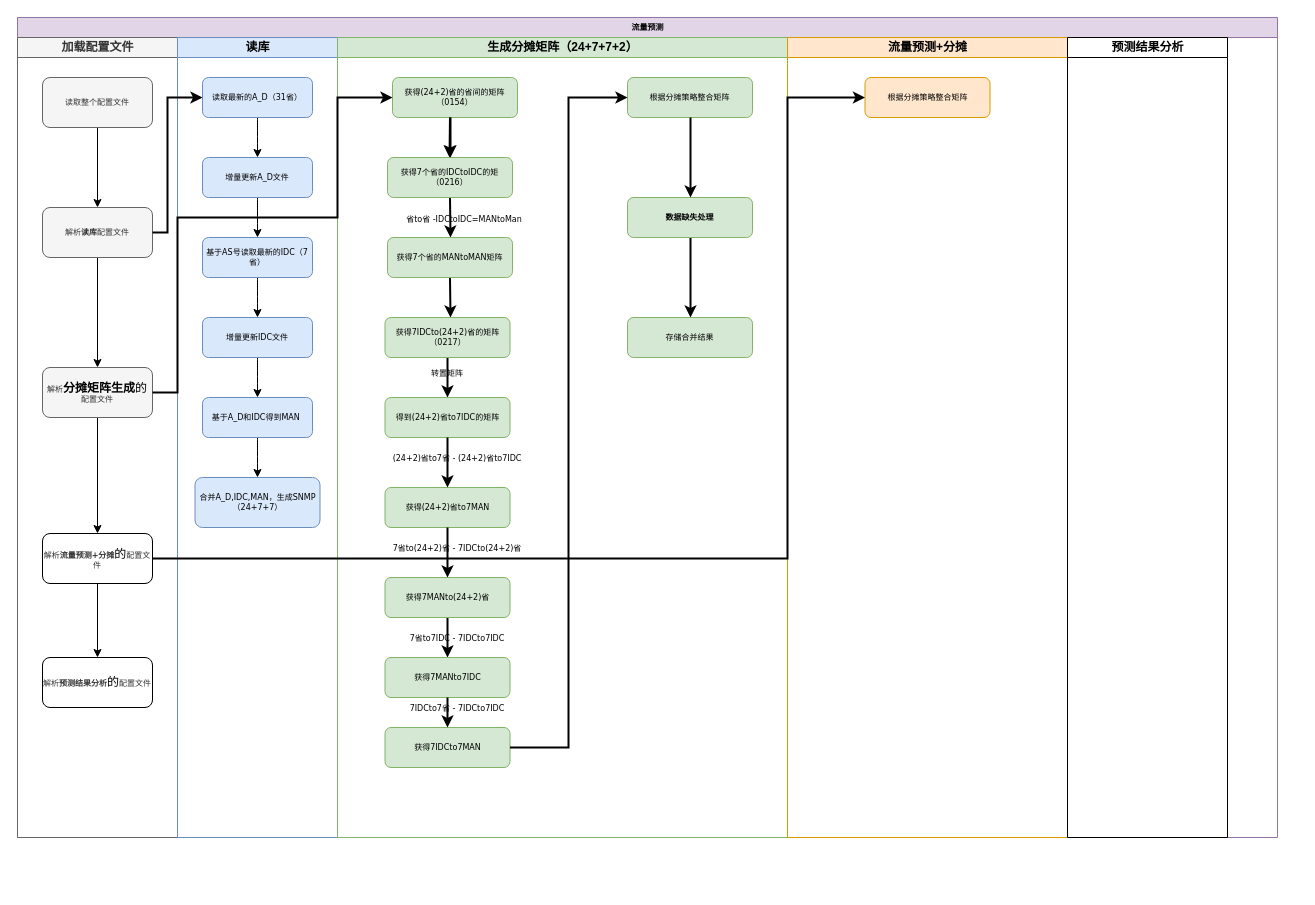
mhp8338/diagram keeps this draw.io diagram as Untitled Diagram.drawio. Above is the earlier version. Source tidied: cells renumbered, new cells numbered last; positions are measured from the earlier drawing's top-left corner, leaving out a move shared by most shapes. Both pictures are drawn from the tidied source at 100%, with x=0, y=0 at pixel (17, 17).
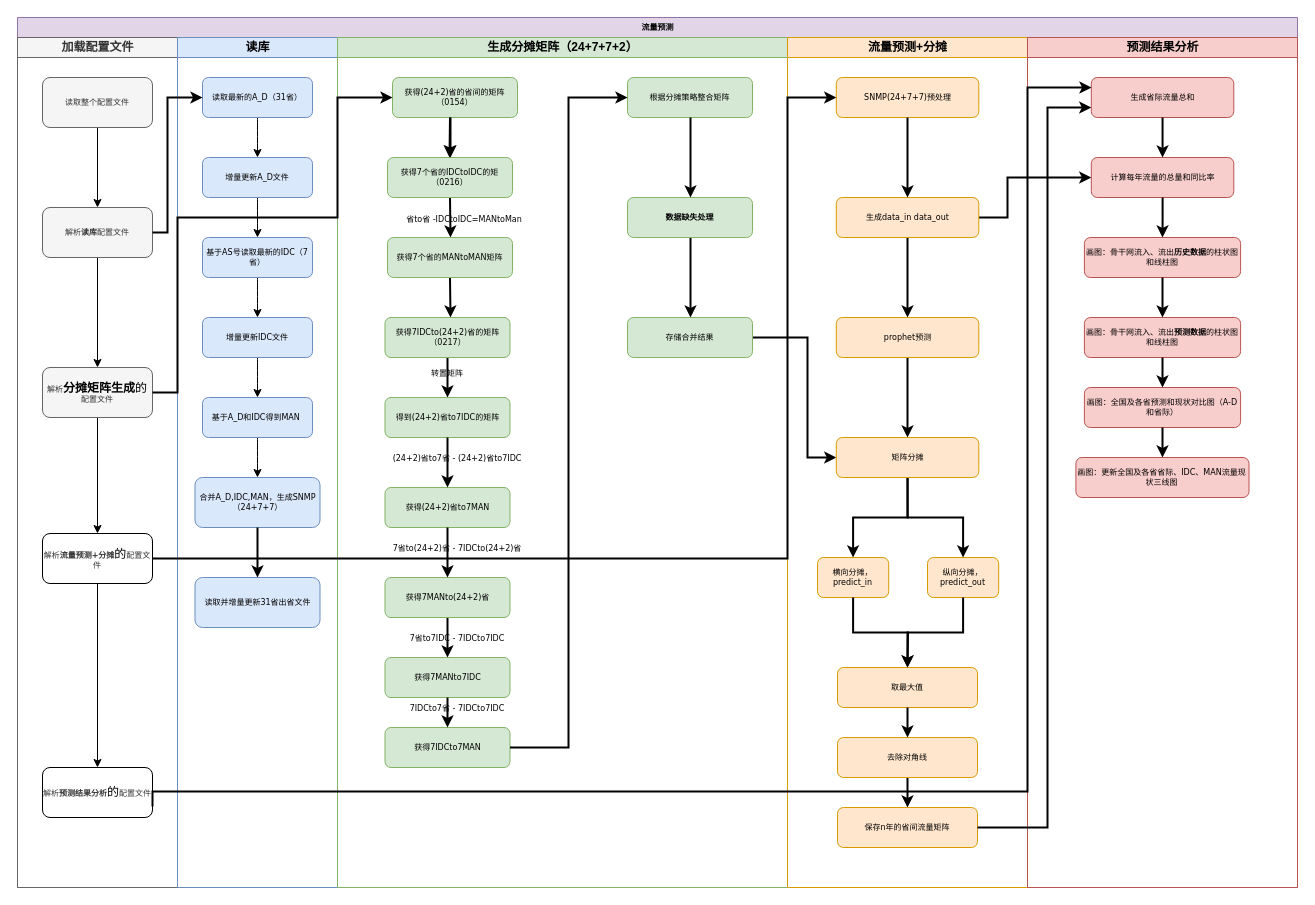
The same diagram, later.

Unchanged cells that the change refers to:
```xml
<mxCell id="24" value="合并A_D,IDC,MAN，生成SNMP（24+7+7）" style="rounded=1;whiteSpace=wrap;html=1;shadow=0;labelBackgroundColor=none;strokeWidth=1;fontFamily=Verdana;fontSize=8;align=center;fillColor=#dae8fc;strokeColor=#6c8ebf;" parent="13" vertex="1">
  <mxGeometry x="17.5" y="440" width="125" height="50" as="geometry" />
</mxCell>
<mxCell id="63" value="&lt;span&gt;存储合并结果&lt;/span&gt;" style="rounded=1;whiteSpace=wrap;html=1;shadow=0;labelBackgroundColor=none;strokeWidth=1;fontFamily=Verdana;fontSize=8;align=center;fillColor=#d5e8d4;strokeColor=#82b366;fontStyle=0;" parent="1" vertex="1">
  <mxGeometry x="610" y="300" width="125" height="40" as="geometry" />
</mxCell>
```

Diff of the diagram source:
```diff
@@
     <mxCell id="2" value="流量预测" style="swimlane;html=1;startSize=20;rounded=0;shadow=0;labelBackgroundColor=none;strokeWidth=1;fontFamily=Verdana;fontSize=8;align=center;fillColor=#e1d5e7;strokeColor=#9673a6;" parent="1" vertex="1">
-      <mxGeometry width="1260" height="820" as="geometry" />
+      <mxGeometry width="1280" height="870" as="geometry" />
     </mxCell>
     <mxCell id="3" value="加载配置文件" style="swimlane;html=1;startSize=20;fillColor=#f5f5f5;strokeColor=#666666;fontColor=#333333;" parent="2" vertex="1">
-      <mxGeometry y="20" width="160" height="800" as="geometry" />
+      <mxGeometry y="20" width="160" height="850" as="geometry" />
     </mxCell>
@@
     <mxCell id="10" value="&lt;span style=&quot;color: rgb(51 , 51 , 51)&quot;&gt;解析&lt;b&gt;预测结果分析&lt;/b&gt;&lt;/span&gt;&lt;span style=&quot;font-size: 12px ; font-family: &amp;#34;helvetica&amp;#34;&quot;&gt;的&lt;/span&gt;&lt;span style=&quot;color: rgb(51 , 51 , 51)&quot;&gt;配置文件&lt;/span&gt;" style="rounded=1;whiteSpace=wrap;html=1;shadow=0;labelBackgroundColor=none;strokeWidth=1;fontFamily=Verdana;fontSize=8;align=center;" parent="3" vertex="1">
-      <mxGeometry x="25" y="620" width="110" height="50" as="geometry" />
+      <mxGeometry x="25" y="730" width="110" height="50" as="geometry" />
     </mxCell>
@@
     <mxCell id="13" value="读库" style="swimlane;html=1;startSize=20;fillColor=#dae8fc;strokeColor=#6c8ebf;" parent="2" vertex="1">
-      <mxGeometry x="160" y="20" width="160" height="800" as="geometry" />
+      <mxGeometry x="160" y="20" width="160" height="850" as="geometry" />
     </mxCell>
@@
+    <mxCell id="64" value="读取并增量更新31省出省文件" style="rounded=1;whiteSpace=wrap;html=1;shadow=0;labelBackgroundColor=none;strokeWidth=1;fontFamily=Verdana;fontSize=8;align=center;fillColor=#dae8fc;strokeColor=#6c8ebf;" parent="13" vertex="1">
+      <mxGeometry x="17.5" y="540" width="125" height="50" as="geometry" />
+    </mxCell>
+    <mxCell id="65" style="edgeStyle=orthogonalEdgeStyle;rounded=0;jettySize=auto;html=1;strokeWidth=2;" parent="13" edge="1" source="24" target="64">
+      <mxGeometry relative="1" as="geometry" />
+    </mxCell>
     <mxCell id="25" value="生成分摊矩阵（24+7+7+2）" style="swimlane;html=1;startSize=20;fillColor=#d5e8d4;strokeColor=#82b366;" parent="2" vertex="1">
-      <mxGeometry x="320" y="20" width="450" height="800" as="geometry" />
+      <mxGeometry x="320" y="20" width="450" height="850" as="geometry" />
     </mxCell>
@@
     <mxCell id="51" value="流量预测+分摊" style="swimlane;html=1;startSize=20;fillColor=#ffe6cc;strokeColor=#d79b00;" parent="2" vertex="1">
-      <mxGeometry x="770" y="20" width="280" height="800" as="geometry" />
+      <mxGeometry x="770" y="20" width="240" height="850" as="geometry" />
     </mxCell>
-    <mxCell id="52" value="根据分摊策略整合矩阵" style="rounded=1;whiteSpace=wrap;html=1;shadow=0;labelBackgroundColor=none;strokeWidth=1;fontFamily=Verdana;fontSize=8;align=center;fillColor=#ffe6cc;strokeColor=#d79b00;" parent="51" vertex="1">
-      <mxGeometry x="77.5" y="40" width="125" height="40" as="geometry" />
+    <mxCell id="52" value="SNMP(24+7+7)预处理" style="rounded=1;whiteSpace=wrap;html=1;shadow=0;labelBackgroundColor=none;strokeWidth=1;fontFamily=Verdana;fontSize=8;align=center;fillColor=#ffe6cc;strokeColor=#d79b00;" parent="51" vertex="1">
+      <mxGeometry x="48.8" y="40" width="142.5" height="40" as="geometry" />
     </mxCell>
+    <mxCell id="66" value="纵向分摊，predict_out" style="rounded=1;whiteSpace=wrap;html=1;shadow=0;labelBackgroundColor=none;strokeWidth=1;fontFamily=Verdana;fontSize=8;align=center;fillColor=#ffe6cc;strokeColor=#d79b00;" parent="51" vertex="1">
+      <mxGeometry x="140" y="520" width="71.2" height="40" as="geometry" />
+    </mxCell>
+    <mxCell id="67" value="横向分摊，predict_in" style="rounded=1;whiteSpace=wrap;html=1;shadow=0;labelBackgroundColor=none;strokeWidth=1;fontFamily=Verdana;fontSize=8;align=center;fillColor=#ffe6cc;strokeColor=#d79b00;" parent="51" vertex="1">
+      <mxGeometry x="30" y="520" width="71.2" height="40" as="geometry" />
+    </mxCell>
+    <mxCell id="68" value="取最大值" style="rounded=1;whiteSpace=wrap;html=1;shadow=0;labelBackgroundColor=none;strokeWidth=1;fontFamily=Verdana;fontSize=8;align=center;fillColor=#ffe6cc;strokeColor=#d79b00;" parent="51" vertex="1">
+      <mxGeometry x="50" y="630" width="140" height="40" as="geometry" />
+    </mxCell>
+    <mxCell id="69" style="edgeStyle=orthogonalEdgeStyle;rounded=0;jettySize=auto;html=1;strokeWidth=2;" parent="51" edge="1" source="66" target="68">
+      <mxGeometry relative="1" as="geometry" />
+    </mxCell>
+    <mxCell id="70" style="edgeStyle=orthogonalEdgeStyle;rounded=0;jettySize=auto;html=1;strokeWidth=2;" parent="51" edge="1" source="71">
+      <mxGeometry relative="1" as="geometry">
+        <mxPoint x="120" y="770" as="targetPoint" />
+      </mxGeometry>
+    </mxCell>
+    <mxCell id="71" value="去除对角线" style="rounded=1;whiteSpace=wrap;html=1;shadow=0;labelBackgroundColor=none;strokeWidth=1;fontFamily=Verdana;fontSize=8;align=center;fillColor=#ffe6cc;strokeColor=#d79b00;" parent="51" vertex="1">
+      <mxGeometry x="50" y="700" width="140" height="40" as="geometry" />
+    </mxCell>
+    <mxCell id="72" style="edgeStyle=orthogonalEdgeStyle;rounded=0;jettySize=auto;html=1;strokeWidth=2;" parent="51" edge="1" source="68" target="71">
+      <mxGeometry relative="1" as="geometry" />
+    </mxCell>
+    <mxCell id="73" value="保存n年的省间流量矩阵" style="rounded=1;whiteSpace=wrap;html=1;shadow=0;labelBackgroundColor=none;strokeWidth=1;fontFamily=Verdana;fontSize=8;align=center;fillColor=#ffe6cc;strokeColor=#d79b00;" parent="51" vertex="1">
+      <mxGeometry x="50" y="770" width="140" height="40" as="geometry" />
+    </mxCell>
-    <mxCell id="53" value="预测结果分析" style="swimlane;html=1;startSize=20;" parent="2" vertex="1">
-      <mxGeometry x="1050" y="20" width="160" height="800" as="geometry" />
+    <mxCell id="53" value="预测结果分析" style="swimlane;html=1;startSize=20;fillColor=#f8cecc;strokeColor=#b85450;" parent="2" vertex="1">
+      <mxGeometry x="1010" y="20" width="270" height="850" as="geometry" />
     </mxCell>
@@
+    <mxCell id="74" value="生成省际流量总和" style="rounded=1;whiteSpace=wrap;html=1;shadow=0;labelBackgroundColor=none;strokeWidth=1;fontFamily=Verdana;fontSize=8;align=center;fillColor=#f8cecc;strokeColor=#b85450;" parent="53" vertex="1">
+      <mxGeometry x="63.8" y="40" width="142.5" height="40" as="geometry" />
+    </mxCell>
+    <mxCell id="75" value="计算每年流量的总量和同比率" style="rounded=1;whiteSpace=wrap;html=1;shadow=0;labelBackgroundColor=none;strokeWidth=1;fontFamily=Verdana;fontSize=8;align=center;fillColor=#f8cecc;strokeColor=#b85450;" parent="53" vertex="1">
+      <mxGeometry x="63.8" y="120" width="142.5" height="40" as="geometry" />
+    </mxCell>
+    <mxCell id="76" style="edgeStyle=orthogonalEdgeStyle;rounded=0;jettySize=auto;html=1;strokeWidth=2;" parent="53" edge="1" source="74" target="75">
+      <mxGeometry relative="1" as="geometry" />
+    </mxCell>
+    <mxCell id="77" style="edgeStyle=orthogonalEdgeStyle;rounded=0;jettySize=auto;html=1;strokeWidth=2;" parent="53" edge="1" source="75">
+      <mxGeometry relative="1" as="geometry">
+        <mxPoint x="135" y="200" as="targetPoint" />
+      </mxGeometry>
+    </mxCell>
+    <mxCell id="78" value="画图：骨干网流入、流出&lt;b&gt;历史数据&lt;/b&gt;的柱状图和线柱图" style="rounded=1;whiteSpace=wrap;html=1;shadow=0;labelBackgroundColor=none;strokeWidth=1;fontFamily=Verdana;fontSize=8;align=center;fillColor=#f8cecc;strokeColor=#b85450;" parent="53" vertex="1">
+      <mxGeometry x="56.9" y="200" width="156.2" height="40" as="geometry" />
+    </mxCell>
+    <mxCell id="79" value="画图：骨干网流入、流出&lt;b&gt;预测数据&lt;/b&gt;的柱状图和线柱图" style="rounded=1;whiteSpace=wrap;html=1;shadow=0;labelBackgroundColor=none;strokeWidth=1;fontFamily=Verdana;fontSize=8;align=center;fillColor=#f8cecc;strokeColor=#b85450;" parent="53" vertex="1">
+      <mxGeometry x="56.9" y="280" width="156.2" height="40" as="geometry" />
+    </mxCell>
+    <mxCell id="80" style="edgeStyle=orthogonalEdgeStyle;rounded=0;jettySize=auto;html=1;strokeWidth=2;" parent="53" edge="1" source="78" target="79">
+      <mxGeometry relative="1" as="geometry" />
+    </mxCell>
+    <mxCell id="81" value="画图：全国及各省预测和现状对比图（A-D和省际）" style="rounded=1;whiteSpace=wrap;html=1;shadow=0;labelBackgroundColor=none;strokeWidth=1;fontFamily=Verdana;fontSize=8;align=center;fillColor=#f8cecc;strokeColor=#b85450;" parent="53" vertex="1">
+      <mxGeometry x="56.9" y="350" width="156.2" height="40" as="geometry" />
+    </mxCell>
+    <mxCell id="82" style="edgeStyle=orthogonalEdgeStyle;rounded=0;jettySize=auto;html=1;strokeWidth=2;" parent="53" edge="1" source="79" target="81">
+      <mxGeometry relative="1" as="geometry" />
+    </mxCell>
+    <mxCell id="83" value="画图：更新全国及各省省际、IDC、MAN流量现状三线图" style="rounded=1;whiteSpace=wrap;html=1;shadow=0;labelBackgroundColor=none;strokeWidth=1;fontFamily=Verdana;fontSize=8;align=center;fillColor=#f8cecc;strokeColor=#b85450;" parent="53" vertex="1">
+      <mxGeometry x="48.4" y="420" width="173.1" height="40" as="geometry" />
+    </mxCell>
+    <mxCell id="84" style="edgeStyle=orthogonalEdgeStyle;rounded=0;jettySize=auto;html=1;strokeWidth=2;" parent="53" edge="1" source="81" target="83">
+      <mxGeometry relative="1" as="geometry" />
+    </mxCell>
@@
+    <mxCell id="85" style="edgeStyle=orthogonalEdgeStyle;rounded=0;orthogonalLoop=1;jettySize=auto;html=1;exitX=1;exitY=0.5;exitDx=0;exitDy=0;strokeWidth=2;" parent="2" edge="1">
+      <mxGeometry relative="1" as="geometry">
+        <mxPoint x="135" y="789" as="sourcePoint" />
+        <mxPoint x="1074" y="70" as="targetPoint" />
+        <Array as="points">
+          <mxPoint x="135" y="774" />
+          <mxPoint x="1010" y="774" />
+          <mxPoint x="1010" y="70" />
+          <mxPoint x="1074" y="70" />
+        </Array>
+      </mxGeometry>
+    </mxCell>
+    <mxCell id="86" style="edgeStyle=orthogonalEdgeStyle;rounded=0;jettySize=auto;html=1;exitX=1;exitY=0.5;exitDx=0;exitDy=0;entryX=0;entryY=0.75;entryDx=0;entryDy=0;strokeWidth=2;" parent="2" edge="1" source="73" target="74">
+      <mxGeometry relative="1" as="geometry">
+        <Array as="points">
+          <mxPoint x="1030" y="810" />
+          <mxPoint x="1030" y="90" />
+        </Array>
+      </mxGeometry>
+    </mxCell>
@@
+    <mxCell id="87" style="edgeStyle=elbowEdgeStyle;rounded=0;jettySize=auto;html=1;exitX=1;exitY=0.5;exitDx=0;exitDy=0;entryX=0;entryY=0.5;entryDx=0;entryDy=0;strokeWidth=2;" parent="1" edge="1" source="63" target="96">
+      <mxGeometry relative="1" as="geometry">
+        <Array as="points">
+          <mxPoint x="790" y="390" />
+        </Array>
+      </mxGeometry>
+    </mxCell>
@@
+    <mxCell id="88" style="edgeStyle=elbowEdgeStyle;rounded=0;jettySize=auto;html=1;strokeWidth=2;" parent="1" edge="1" source="90" target="93">
+      <mxGeometry relative="1" as="geometry" />
+    </mxCell>
+    <mxCell id="89" style="edgeStyle=orthogonalEdgeStyle;rounded=0;jettySize=auto;html=1;exitX=1;exitY=0.5;exitDx=0;exitDy=0;entryX=0;entryY=0.5;entryDx=0;entryDy=0;strokeWidth=2;" parent="1" edge="1" source="90" target="75">
+      <mxGeometry relative="1" as="geometry">
+        <Array as="points">
+          <mxPoint x="990" y="200" />
+          <mxPoint x="990" y="160" />
+        </Array>
+      </mxGeometry>
+    </mxCell>
+    <mxCell id="90" value="生成data_in data_out" style="rounded=1;whiteSpace=wrap;html=1;shadow=0;labelBackgroundColor=none;strokeWidth=1;fontFamily=Verdana;fontSize=8;align=center;fillColor=#ffe6cc;strokeColor=#d79b00;" parent="1" vertex="1">
+      <mxGeometry x="818.8" y="180" width="142.5" height="40" as="geometry" />
+    </mxCell>
+    <mxCell id="91" style="edgeStyle=elbowEdgeStyle;rounded=0;jettySize=auto;html=1;strokeWidth=2;" parent="1" edge="1" source="52" target="90">
+      <mxGeometry relative="1" as="geometry" />
+    </mxCell>
+    <mxCell id="92" style="edgeStyle=elbowEdgeStyle;rounded=0;jettySize=auto;html=1;strokeWidth=2;" parent="1" edge="1" source="93" target="96">
+      <mxGeometry relative="1" as="geometry" />
+    </mxCell>
+    <mxCell id="93" value="prophet预测" style="rounded=1;whiteSpace=wrap;html=1;shadow=0;labelBackgroundColor=none;strokeWidth=1;fontFamily=Verdana;fontSize=8;align=center;fillColor=#ffe6cc;strokeColor=#d79b00;" parent="1" vertex="1">
+      <mxGeometry x="818.8" y="300" width="142.5" height="40" as="geometry" />
+    </mxCell>
+    <mxCell id="94" style="edgeStyle=orthogonalEdgeStyle;rounded=0;jettySize=auto;html=1;exitX=0.5;exitY=1;exitDx=0;exitDy=0;strokeWidth=2;" parent="1" edge="1" source="96" target="67">
+      <mxGeometry relative="1" as="geometry" />
+    </mxCell>
+    <mxCell id="95" style="edgeStyle=orthogonalEdgeStyle;rounded=0;jettySize=auto;html=1;exitX=0.5;exitY=1;exitDx=0;exitDy=0;entryX=0.5;entryY=0;entryDx=0;entryDy=0;strokeWidth=2;" parent="1" edge="1" source="96" target="66">
+      <mxGeometry relative="1" as="geometry" />
+    </mxCell>
+    <mxCell id="96" value="矩阵分摊" style="rounded=1;whiteSpace=wrap;html=1;shadow=0;labelBackgroundColor=none;strokeWidth=1;fontFamily=Verdana;fontSize=8;align=center;fillColor=#ffe6cc;strokeColor=#d79b00;" parent="1" vertex="1">
+      <mxGeometry x="818.8" y="420" width="142.5" height="40" as="geometry" />
+    </mxCell>
+    <mxCell id="97" style="edgeStyle=orthogonalEdgeStyle;rounded=0;jettySize=auto;html=1;exitX=0.5;exitY=1;exitDx=0;exitDy=0;strokeWidth=2;" parent="1" edge="1" source="67">
+      <mxGeometry relative="1" as="geometry">
+        <mxPoint x="890" y="650" as="targetPoint" />
+      </mxGeometry>
+    </mxCell>
```
